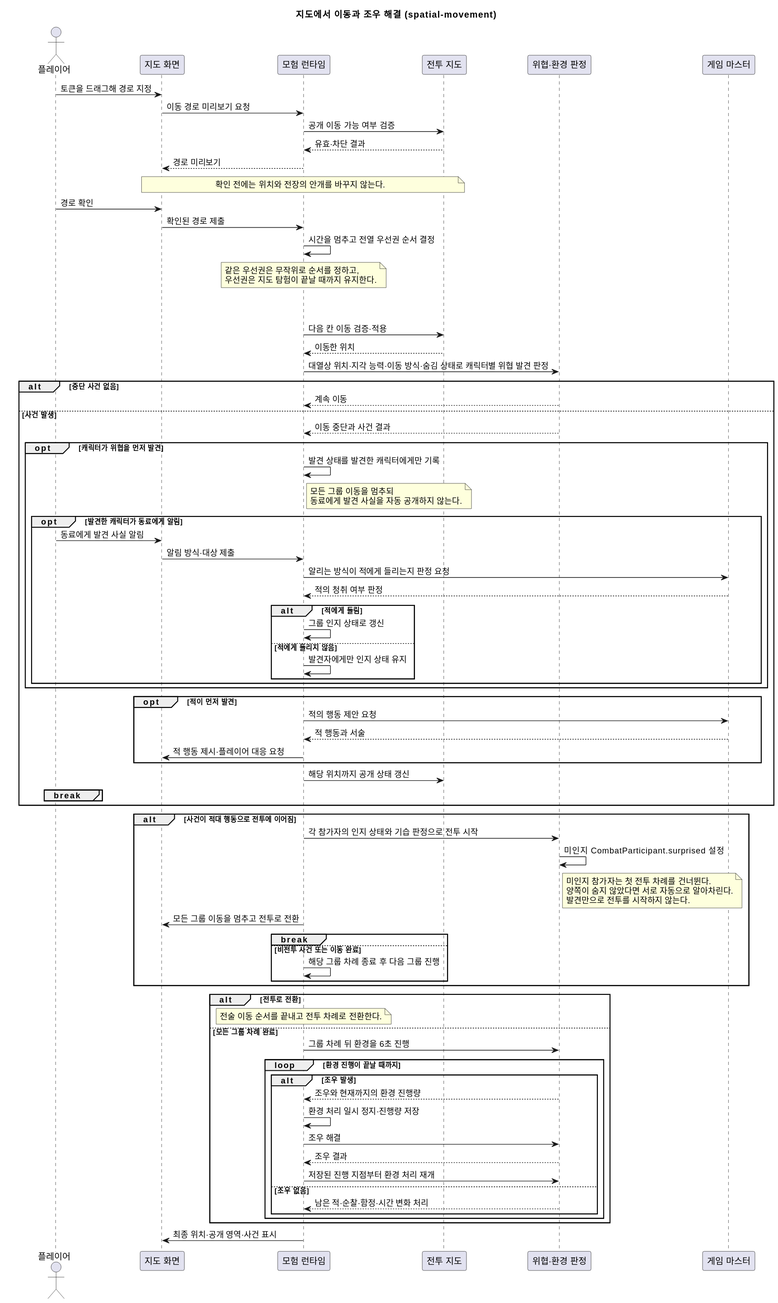
This is docs/contracts/diagrams/spatial-movement.sequence.svg from omegafrog/dnd-master, a PlantUML export, as it was before one commit.
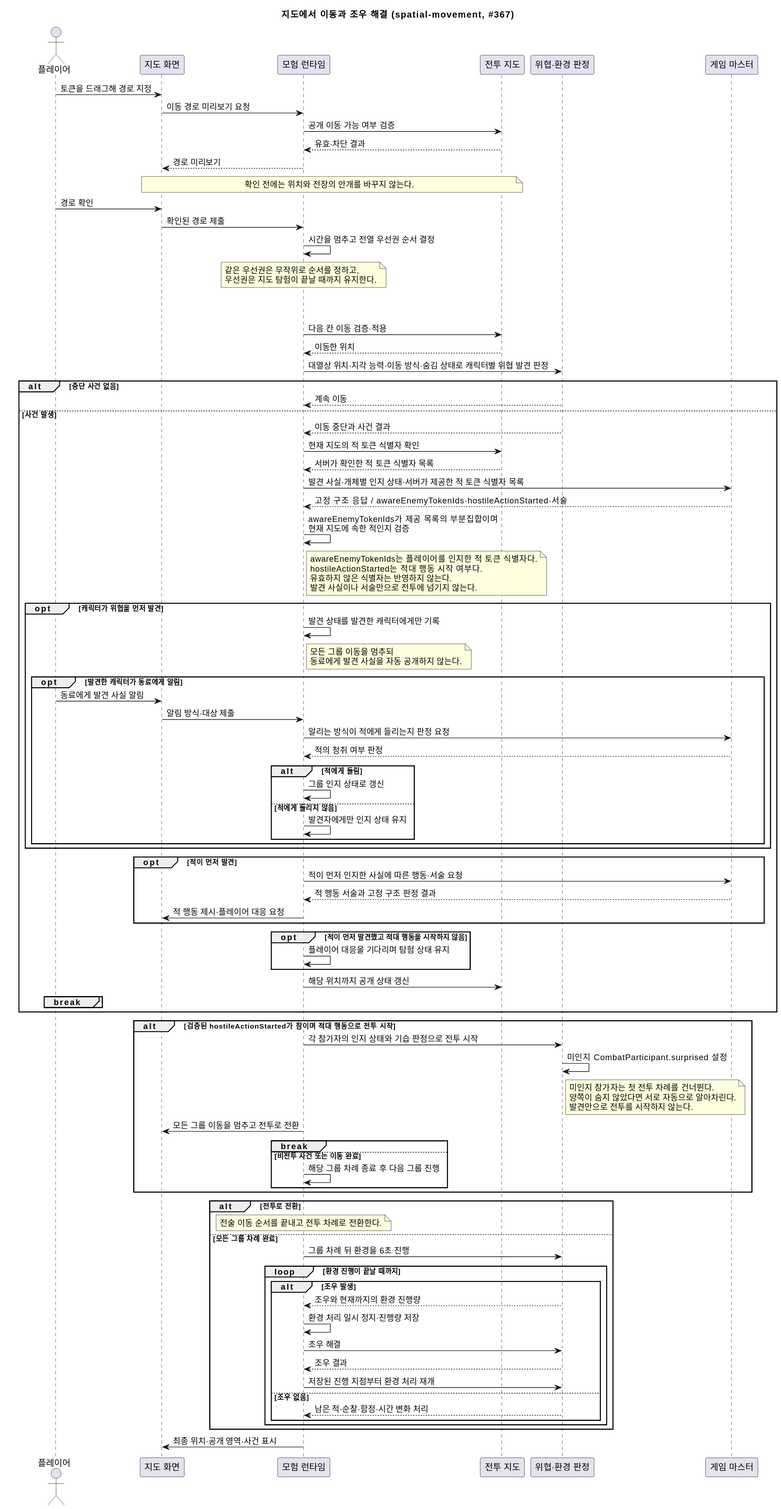
Above is the later version.

Diff of the diagram source:
```diff
@@ -1,5 +1,5 @@
 @startuml
- title 지도에서 이동과 조우 해결 (spatial-movement)
+ title 지도에서 이동과 조우 해결 (spatial-movement, #367)
  actor "플레이어" as Player
  participant "지도 화면" as UI
  participant "모험 런타임" as Runtime
@@ -28,6 +28,17 @@
        Encounter --> Runtime : 계속 이동
      else 사건 발생
        Encounter --> Runtime : 이동 중단과 사건 결과
+       Runtime -> Map : 현재 지도의 적 토큰 식별자 확인
+       Map --> Runtime : 서버가 확인한 적 토큰 식별자 목록
+       Runtime -> GM : 발견 사실·개체별 인지 상태·서버가 제공한 적 토큰 식별자 목록
+       GM --> Runtime : 고정 구조 응답 / awareEnemyTokenIds·hostileActionStarted·서술
+       Runtime -> Runtime : awareEnemyTokenIds가 제공 목록의 부분집합이며\n현재 지도에 속한 적인지 검증
+       note right of Runtime
+         awareEnemyTokenIds는 플레이어를 인지한 적 토큰 식별자다.
+         hostileActionStarted는 적대 행동 시작 여부다.
+         유효하지 않은 식별자는 반영하지 않는다.
+         발견 사실이나 서술만으로 전투에 넘기지 않는다.
+       end note
        opt 캐릭터가 위협을 먼저 발견
          Runtime -> Runtime : 발견 상태를 발견한 캐릭터에게만 기록
          note right of Runtime
@@ -47,15 +58,18 @@
          end
        end
        opt 적이 먼저 발견
-         Runtime -> GM : 적의 행동 제안 요청
-         GM --> Runtime : 적 행동과 서술
+         Runtime -> GM : 적이 먼저 인지한 사실에 따른 행동·서술 요청
+         GM --> Runtime : 적 행동 서술과 고정 구조 판정 결과
          Runtime -> UI : 적 행동 제시·플레이어 대응 요청
+       end
+       opt 적이 먼저 발견했고 적대 행동을 시작하지 않음
+         Runtime -> Runtime : 플레이어 대응을 기다리며 탐험 상태 유지
        end
        Runtime -> Map : 해당 위치까지 공개 상태 갱신
        break
      end
    end
-   alt 사건이 적대 행동으로 전투에 이어짐
+   alt 검증된 hostileActionStarted가 참이며 적대 행동으로 전투 시작
      Runtime -> Encounter : 각 참가자의 인지 상태와 기습 판정으로 전투 시작
      Encounter -> Encounter : 미인지 CombatParticipant.surprised 설정
      note right of Encounter
```
